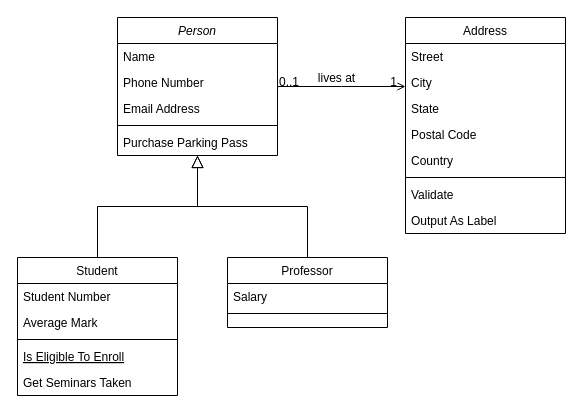
The draw.io diagram Untitled Diagram.drawio in jackson9413/jackson9413, before the edit. Source tidied: cells renumbered, new cells numbered last; positions are measured from the earlier drawing's top-left corner, leaving out a move shared by most shapes. Both pictures are drawn from the tidied source at 100%, with x=0, y=0 at pixel (17, 17).
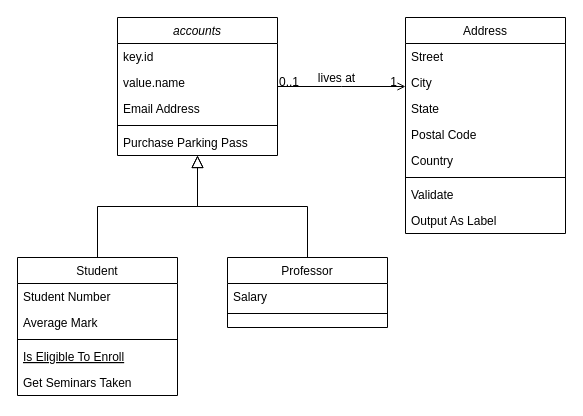
The same diagram, later.

What changed in the source:
```diff
@@
-    <mxCell id="2" value="Person" style="swimlane;fontStyle=2;align=center;verticalAlign=top;horizontal=1;startSize=26;rounded=0;shadow=0;strokeWidth=1;" parent="1" vertex="1">
+    <mxCell id="2" value="accounts" style="swimlane;fontStyle=2;align=center;verticalAlign=top;horizontal=1;startSize=26;rounded=0;shadow=0;strokeWidth=1;" parent="1" vertex="1">
       <mxGeometry x="100" width="160" height="138" as="geometry" />
     </mxCell>
-    <mxCell id="3" value="Name" style="text;align=left;verticalAlign=top;spacingLeft=4;spacingRight=4;overflow=hidden;" parent="2" vertex="1">
+    <mxCell id="3" value="key.id" style="text;align=left;verticalAlign=top;spacingLeft=4;spacingRight=4;overflow=hidden;" parent="2" vertex="1">
       <mxGeometry y="26" width="160" height="26" as="geometry" />
     </mxCell>
-    <mxCell id="4" value="Phone Number" style="text;align=left;verticalAlign=top;spacingLeft=4;spacingRight=4;overflow=hidden;rounded=0;shadow=0;html=0;" parent="2" vertex="1">
+    <mxCell id="4" value="value.name" style="text;align=left;verticalAlign=top;spacingLeft=4;spacingRight=4;overflow=hidden;rounded=0;shadow=0;html=0;" parent="2" vertex="1">
       <mxGeometry y="52" width="160" height="26" as="geometry" />
     </mxCell>
```
